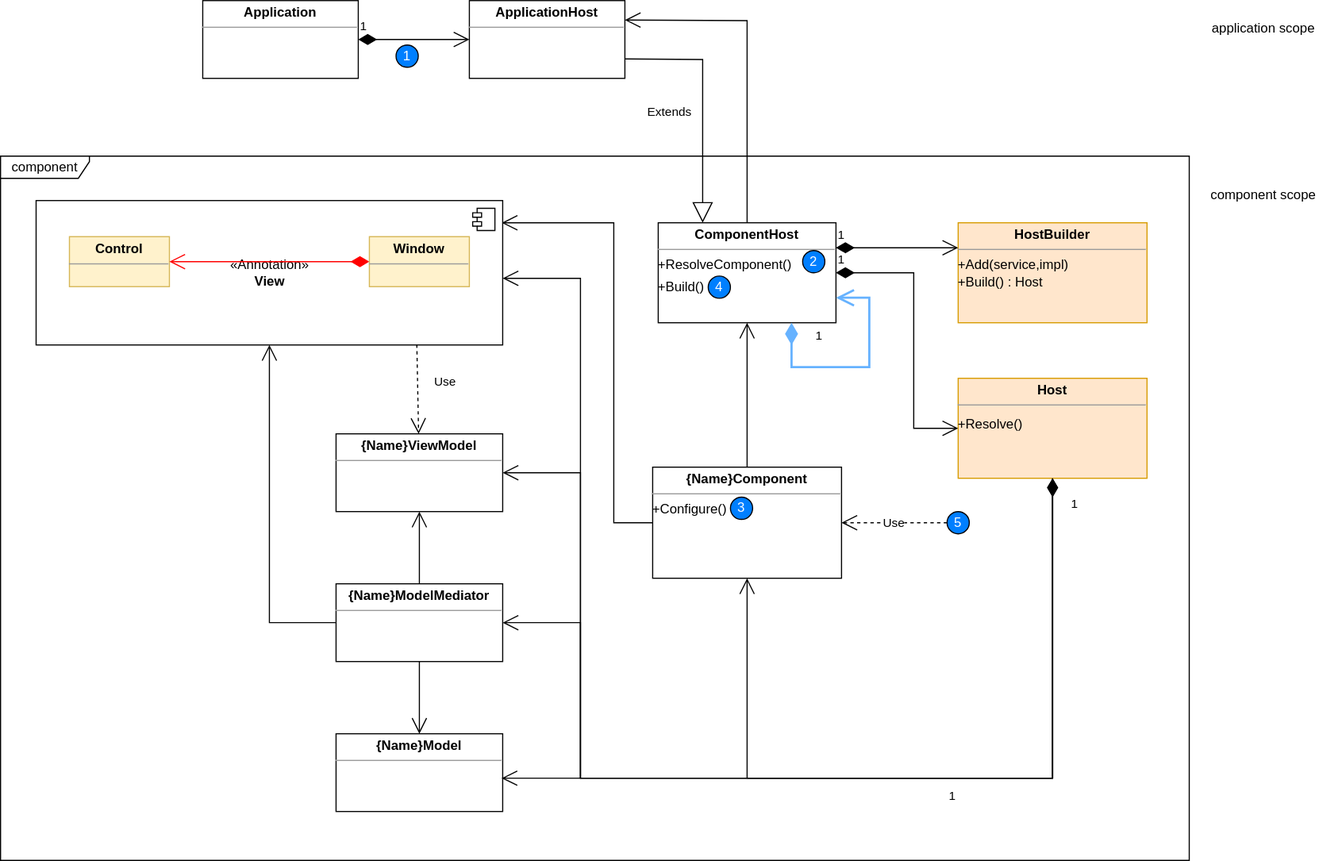
Before: WPFUtilities/Doc/dependency-injection.svg, a diagram exported from draw.io (franck-gaspoz/WPFUtilities). Source tidied: cells renumbered, new cells last; positions are measured from the earlier drawing's top-left corner, leaving out a move shared by most shapes.
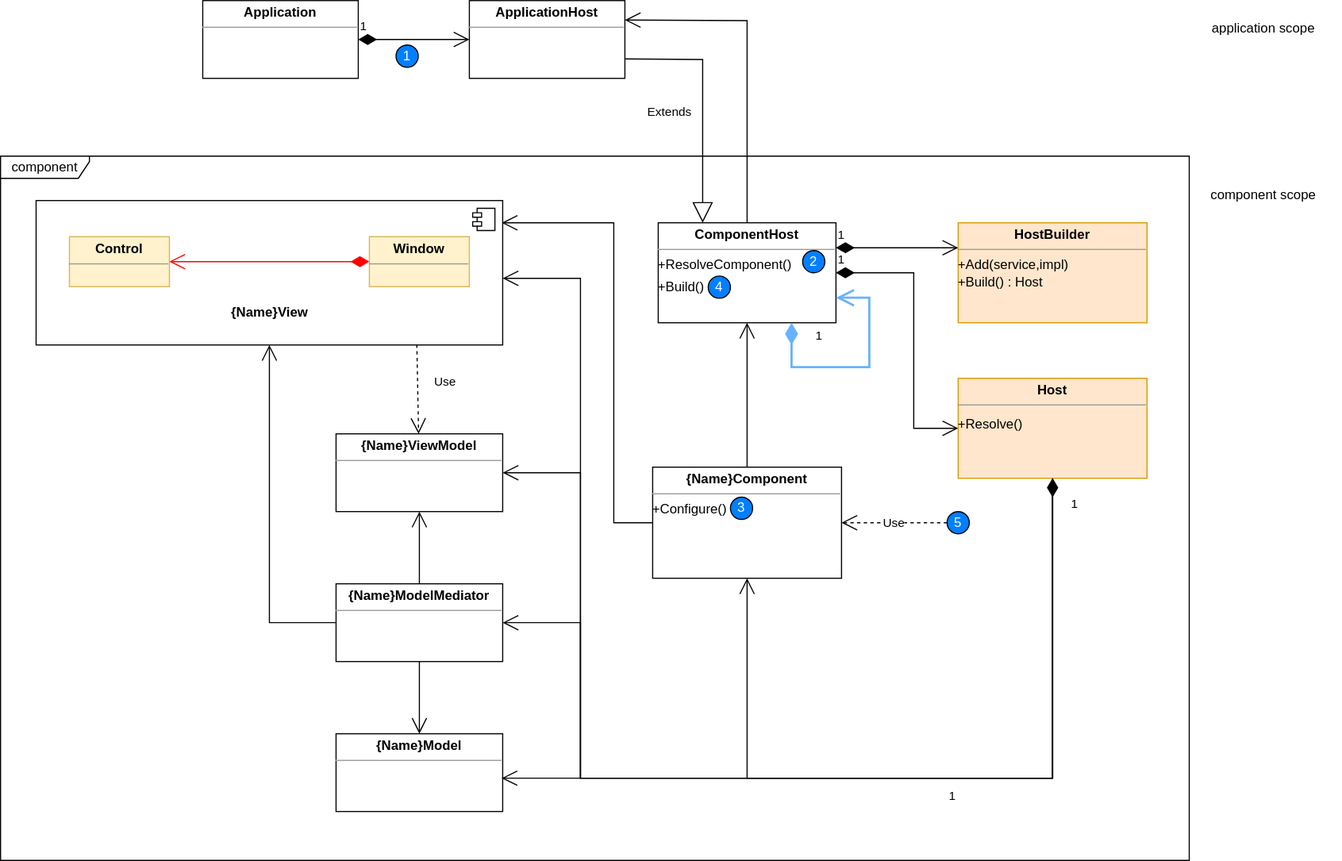
After the commit.

Change to the diagram source:
```diff
@@ -157,7 +157,7 @@
         </Array>
       </mxGeometry>
     </mxCell>
-    <mxCell id="36" value="«Annotation»&lt;br&gt;&lt;b&gt;View&lt;/b&gt;" style="html=1;fontColor=#000000;fillColor=#FFFFFF;align=center;" parent="1" vertex="1">
+    <mxCell id="36" value="&lt;br&gt;&lt;b&gt;&lt;br&gt;&lt;br&gt;&lt;br&gt;&lt;br&gt;{Name}View&lt;/b&gt;" style="html=1;fontColor=#000000;fillColor=#FFFFFF;align=center;" parent="1" vertex="1">
       <mxGeometry x="32" y="180" width="420" height="130" as="geometry" />
     </mxCell>
     <mxCell id="37" style="shape=module;jettyWidth=8;jettyHeight=4;fontColor=#000000;fillColor=#FFFFFF;" parent="36" vertex="1">
```
